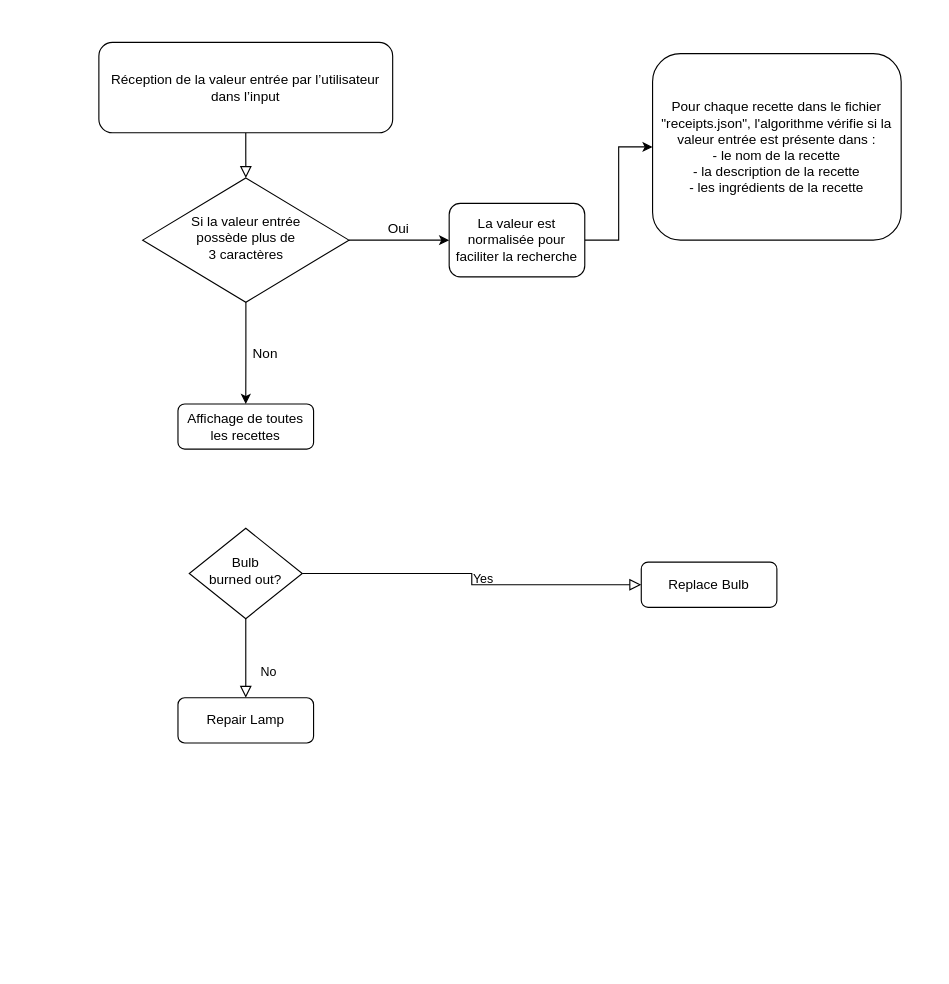
The draw.io diagram LesPetitsPlats_Algos.drawio in Adv13/LesPetitsPlats-Website, before the edit. Source tidied: cells renumbered, new cells numbered last; positions are measured from the earlier drawing's top-left corner, leaving out a move shared by most shapes. Both pictures are drawn from the tidied source at 113%, with x=0, y=0 at pixel (98, 42).
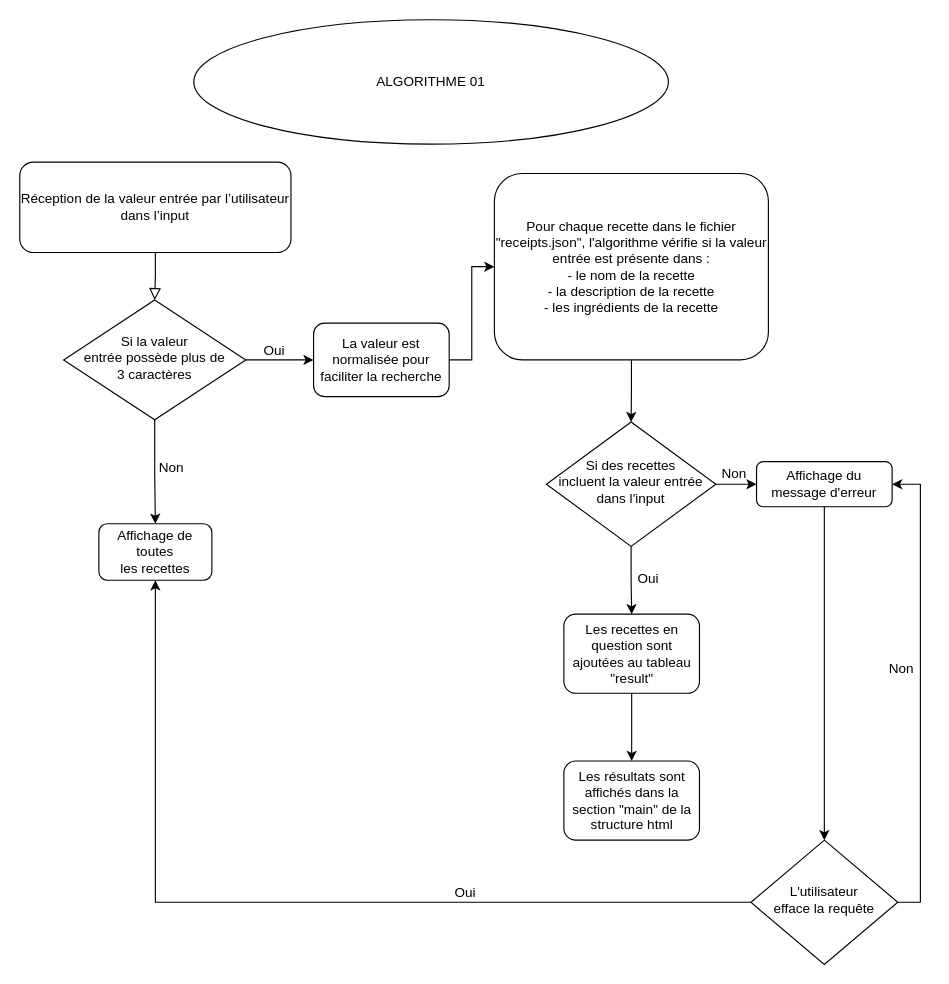
Above is the later version.

Change to the diagram source:
```diff
@@
     <mxCell id="3" value="Réception de la valeur entrée par l’utilisateur dans l’input" style="rounded=1;whiteSpace=wrap;html=1;fontSize=12;glass=0;strokeWidth=1;shadow=0;" parent="1" vertex="1">
-      <mxGeometry width="260" height="80" as="geometry" />
+      <mxGeometry x="-70" y="106" width="240" height="80" as="geometry" />
     </mxCell>
@@
-    <mxCell id="6" value="Si la valeur entrée&lt;br&gt;possède plus de&lt;br&gt;3 caractères" style="rhombus;whiteSpace=wrap;html=1;shadow=0;fontFamily=Helvetica;fontSize=12;align=center;strokeWidth=1;spacing=6;spacingTop=-4;" parent="1" vertex="1">
-      <mxGeometry x="38.8" y="120" width="182.5" height="110" as="geometry" />
+    <mxCell id="6" value="Si la valeur&lt;br&gt;entrée possède plus de&lt;br&gt;3 caractères" style="rhombus;whiteSpace=wrap;html=1;shadow=0;fontFamily=Helvetica;fontSize=12;align=center;strokeWidth=1;spacing=6;spacingTop=-4;" parent="1" vertex="1">
+      <mxGeometry x="-31.2" y="228" width="161.2" height="106" as="geometry" />
     </mxCell>
+    <mxCell id="18" style="edgeStyle=orthogonalEdgeStyle;rounded=0;jettySize=auto;html=1;entryX=0.5;entryY=0;entryDx=0;entryDy=0;" parent="1" edge="1" source="7" target="23">
+      <mxGeometry relative="1" as="geometry" />
+    </mxCell>
     <mxCell id="7" value="Pour chaque recette dans le fichier &quot;receipts.json&quot;, l'algorithme vérifie si la valeur entrée est présente dans :&lt;br&gt;- le nom de la recette&lt;br&gt;- la description de la recette&lt;br&gt;- les ingrédients de la recette" style="rounded=1;whiteSpace=wrap;html=1;fontSize=12;glass=0;strokeWidth=1;shadow=0;" parent="1" vertex="1">
-      <mxGeometry x="490" y="10" width="220" height="165" as="geometry" />
+      <mxGeometry x="350" y="116" width="242.5" height="165" as="geometry" />
     </mxCell>
-    <mxCell id="8" value="No" style="rounded=0;html=1;jettySize=auto;fontSize=11;endArrow=block;endFill=0;endSize=8;strokeWidth=1;shadow=0;labelBackgroundColor=none;edgeStyle=orthogonalEdgeStyle;" parent="1" edge="1" source="10" target="11">
-      <mxGeometry x="0.33" y="20" relative="1" as="geometry" />
-    </mxCell>
-    <mxCell id="9" value="Yes" style="edgeStyle=orthogonalEdgeStyle;rounded=0;html=1;jettySize=auto;fontSize=11;endArrow=block;endFill=0;endSize=8;strokeWidth=1;shadow=0;labelBackgroundColor=none;" parent="1" edge="1" source="10" target="12">
-      <mxGeometry y="10" relative="1" as="geometry" />
-    </mxCell>
+    <mxCell id="19" style="edgeStyle=orthogonalEdgeStyle;rounded=0;jettySize=auto;html=1;exitX=1;exitY=0.5;exitDx=0;exitDy=0;entryX=1;entryY=0.5;entryDx=0;entryDy=0;" parent="1" edge="1" source="10" target="25">
+      <mxGeometry relative="1" as="geometry" />
+    </mxCell>
+    <mxCell id="20" style="edgeStyle=orthogonalEdgeStyle;rounded=0;jettySize=auto;html=1;exitX=0;exitY=0.5;exitDx=0;exitDy=0;entryX=0.5;entryY=1;entryDx=0;entryDy=0;" parent="1" edge="1" source="10" target="16">
+      <mxGeometry relative="1" as="geometry" />
+    </mxCell>
-    <mxCell id="10" value="Bulb&lt;br&gt;burned out?" style="rhombus;whiteSpace=wrap;html=1;shadow=0;fontFamily=Helvetica;fontSize=12;align=center;strokeWidth=1;spacing=6;spacingTop=-4;" parent="1" vertex="1">
-      <mxGeometry x="80" y="430" width="100" height="80" as="geometry" />
+    <mxCell id="10" value="L'utilisateur&lt;br&gt;efface la requête" style="rhombus;whiteSpace=wrap;html=1;shadow=0;fontFamily=Helvetica;fontSize=12;align=center;strokeWidth=1;spacing=6;spacingTop=-4;" parent="1" vertex="1">
+      <mxGeometry x="577" y="706" width="130" height="110" as="geometry" />
     </mxCell>
-    <mxCell id="11" value="Repair Lamp" style="rounded=1;whiteSpace=wrap;html=1;fontSize=12;glass=0;strokeWidth=1;shadow=0;" parent="1" vertex="1">
-      <mxGeometry x="70" y="580" width="120" height="40" as="geometry" />
-    </mxCell>
-    <mxCell id="12" value="Replace Bulb" style="rounded=1;whiteSpace=wrap;html=1;fontSize=12;glass=0;strokeWidth=1;shadow=0;" parent="1" vertex="1">
-      <mxGeometry x="480" y="460" width="120" height="40" as="geometry" />
-    </mxCell>
     <mxCell id="13" value="Oui&lt;br&gt;" style="text;html=1;align=center;verticalAlign=middle;strokeColor=none;fillColor=none;" parent="1" vertex="1">
-      <mxGeometry x="250" y="155" width="30" height="20" as="geometry" />
+      <mxGeometry x="140" y="263" width="30" height="20" as="geometry" />
     </mxCell>
@@
     <mxCell id="15" value="La valeur est normalisée pour faciliter la recherche" style="rounded=1;whiteSpace=wrap;html=1;fontSize=12;glass=0;strokeWidth=1;shadow=0;" parent="1" vertex="1">
-      <mxGeometry x="310" y="142.5" width="120" height="65" as="geometry" />
+      <mxGeometry x="190" y="248.5" width="120" height="65" as="geometry" />
     </mxCell>
-    <mxCell id="16" value="Affichage de toutes les recettes" style="rounded=1;whiteSpace=wrap;html=1;fontSize=12;glass=0;strokeWidth=1;shadow=0;" parent="1" vertex="1">
-      <mxGeometry x="70" y="320" width="120" height="40" as="geometry" />
+    <mxCell id="16" value="Affichage de toutes&lt;br&gt;les recettes" style="rounded=1;whiteSpace=wrap;html=1;fontSize=12;glass=0;strokeWidth=1;shadow=0;" parent="1" vertex="1">
+      <mxGeometry y="426" width="100" height="50" as="geometry" />
     </mxCell>
     <mxCell id="17" value="Non" style="text;html=1;align=center;verticalAlign=middle;strokeColor=none;fillColor=none;" parent="1" vertex="1">
-      <mxGeometry x="127" y="266" width="40" height="20" as="geometry" />
+      <mxGeometry x="44" y="367" width="40" height="20" as="geometry" />
     </mxCell>
+    <mxCell id="21" style="edgeStyle=orthogonalEdgeStyle;rounded=0;jettySize=auto;html=1;exitX=1;exitY=0.5;exitDx=0;exitDy=0;entryX=0;entryY=0.5;entryDx=0;entryDy=0;" parent="1" edge="1" source="23" target="25">
+      <mxGeometry relative="1" as="geometry" />
+    </mxCell>
+    <mxCell id="22" style="edgeStyle=orthogonalEdgeStyle;rounded=0;jettySize=auto;html=1;" parent="1" edge="1" source="23" target="28">
+      <mxGeometry relative="1" as="geometry" />
+    </mxCell>
+    <mxCell id="23" value="Si des recettes&lt;br&gt;incluent la valeur entrée dans l'input" style="rhombus;whiteSpace=wrap;html=1;shadow=0;fontFamily=Helvetica;fontSize=12;align=center;strokeWidth=1;spacing=6;spacingTop=-4;" parent="1" vertex="1">
+      <mxGeometry x="396" y="336" width="150" height="110" as="geometry" />
+    </mxCell>
+    <mxCell id="24" style="edgeStyle=orthogonalEdgeStyle;rounded=0;jettySize=auto;html=1;" parent="1" edge="1" source="25" target="10">
+      <mxGeometry relative="1" as="geometry" />
+    </mxCell>
+    <mxCell id="25" value="Affichage du message d'erreur" style="rounded=1;whiteSpace=wrap;html=1;fontSize=12;glass=0;strokeWidth=1;shadow=0;" parent="1" vertex="1">
+      <mxGeometry x="582" y="371" width="120" height="40" as="geometry" />
+    </mxCell>
+    <mxCell id="26" value="Non" style="text;html=1;align=center;verticalAlign=middle;strokeColor=none;fillColor=none;" parent="1" vertex="1">
+      <mxGeometry x="542" y="372" width="40" height="20" as="geometry" />
+    </mxCell>
+    <mxCell id="27" style="edgeStyle=orthogonalEdgeStyle;rounded=0;jettySize=auto;html=1;entryX=0.5;entryY=0;entryDx=0;entryDy=0;" parent="1" edge="1" source="28" target="30">
+      <mxGeometry relative="1" as="geometry" />
+    </mxCell>
+    <mxCell id="28" value="Les recettes en question sont ajoutées au tableau &quot;result&quot;" style="rounded=1;whiteSpace=wrap;html=1;fontSize=12;glass=0;strokeWidth=1;shadow=0;" parent="1" vertex="1">
+      <mxGeometry x="411.5" y="506" width="120" height="70" as="geometry" />
+    </mxCell>
+    <mxCell id="29" value="Oui&lt;br&gt;" style="text;html=1;align=center;verticalAlign=middle;strokeColor=none;fillColor=none;" parent="1" vertex="1">
+      <mxGeometry x="471" y="465" width="30" height="20" as="geometry" />
+    </mxCell>
+    <mxCell id="30" value="Les résultats sont affichés dans la section &quot;main&quot; de la structure html" style="rounded=1;whiteSpace=wrap;html=1;fontSize=12;glass=0;strokeWidth=1;shadow=0;" parent="1" vertex="1">
+      <mxGeometry x="411.5" y="636" width="120" height="70" as="geometry" />
+    </mxCell>
+    <mxCell id="31" value="Non" style="text;html=1;align=center;verticalAlign=middle;strokeColor=none;fillColor=none;" parent="1" vertex="1">
+      <mxGeometry x="690" y="545" width="40" height="20" as="geometry" />
+    </mxCell>
+    <mxCell id="32" value="Oui&lt;br&gt;" style="text;html=1;align=center;verticalAlign=middle;strokeColor=none;fillColor=none;" parent="1" vertex="1">
+      <mxGeometry x="309" y="743" width="30" height="20" as="geometry" />
+    </mxCell>
+    <mxCell id="33" value="ALGORITHME 01" style="ellipse;whiteSpace=wrap;html=1;" parent="1" vertex="1">
+      <mxGeometry x="84" y="-20" width="420" height="110" as="geometry" />
+    </mxCell>
```
